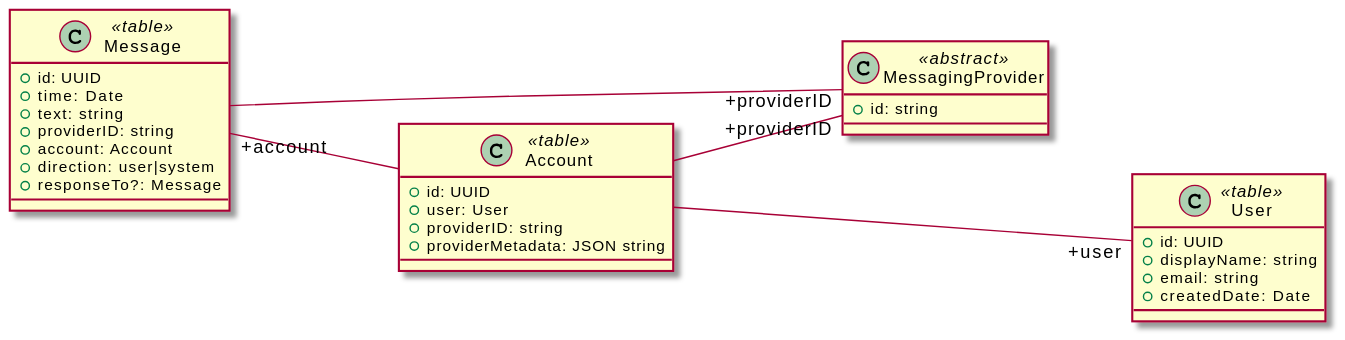
Before: doc/uml/svg/domain-model.svg, a diagram exported from PlantUML (Jblew/prioratus).
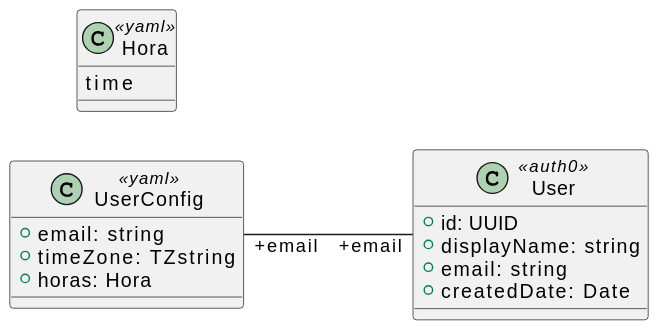
The same file after the commit.

Change to the diagram source:
```diff
@@ -1,36 +1,21 @@
 @startuml
 left to right direction
 
-class Message << table >> {
-    +id: UUID
-    +time: Date
-    +text: string
-    +providerID: string
-    +account: Account
-    +direction: user|system
-    +responseTo?: Message
-}
-
-class MessagingProvider << abstract >> {
-    +id: string
-}
-
-class Account << table >> {
-    +id: UUID
-    +user: User
-    +providerID: string
-    +providerMetadata: JSON string
-}
-
-class User << table >> {
+class User << auth0 >> {
     +id: UUID
     +displayName: string
     +email: string
     +createdDate: Date
 }
 
-Message -- "+providerID" MessagingProvider
-Message "+account" --- Account
-Account --- "+providerID" MessagingProvider
-Account ---- "+user" User
+class UserConfig << yaml >> {
+    +email: string
+    +timeZone: TZstring
+    +horas: Hora
+}
+UserConfig "+email" --- "+email" User
+
+class Hora << yaml >> {
+    time
+}
 @enduml
```
